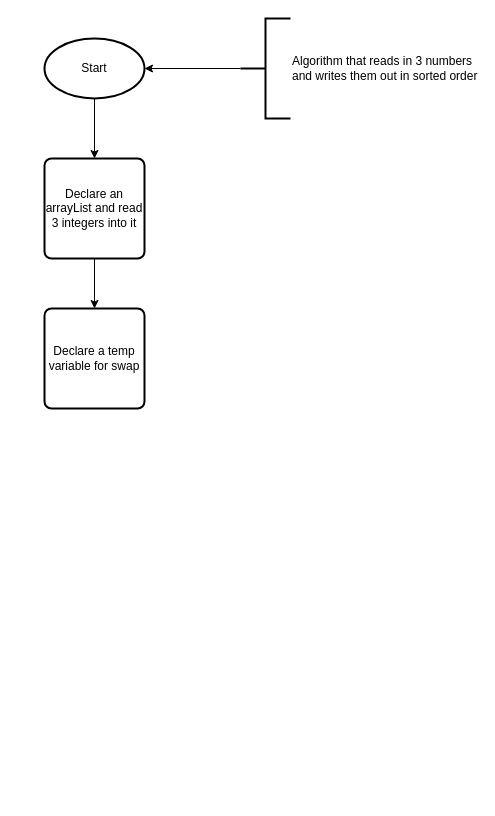
This is Sort.drawio from Hershewajue/Algorithms, a draw.io file, before an edit. Source tidied: cells renumbered, new cells numbered last; positions are measured from the earlier drawing's top-left corner, leaving out a move shared by most shapes. Both pictures are drawn from the tidied source at 100%, with x=0, y=0 at pixel (44, 18).
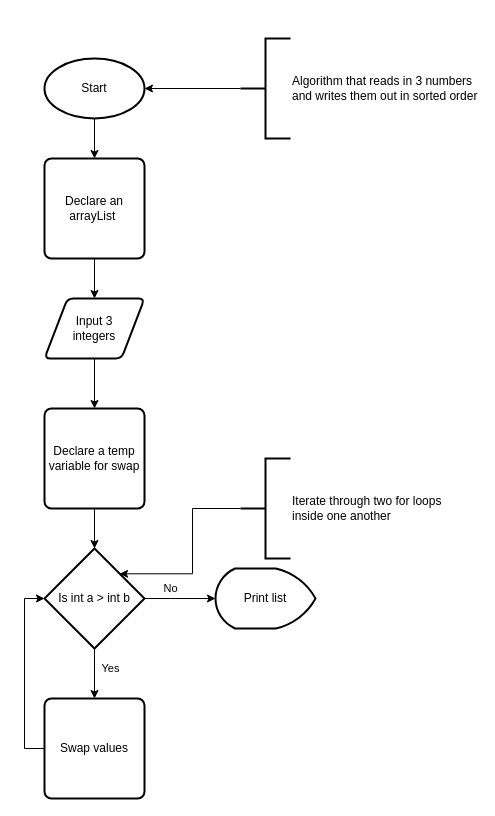
The same page after the edit.

The edit, as a diff of the source:
```diff
@@
-    <mxCell id="2" style="edgeStyle=orthogonalEdgeStyle;rounded=0;jettySize=auto;html=1;" parent="1" edge="1" source="3" target="8">
+    <mxCell id="2" style="edgeStyle=orthogonalEdgeStyle;rounded=0;jettySize=auto;html=1;entryX=0.5;entryY=0;entryDx=0;entryDy=0;" parent="1" edge="1" source="3" target="11">
       <mxGeometry relative="1" as="geometry" />
     </mxCell>
-    <mxCell id="3" value="Declare an arrayList and read 3 integers into it" style="rounded=1;whiteSpace=wrap;html=1;absoluteArcSize=1;arcSize=14;strokeWidth=2;" parent="1" vertex="1">
+    <mxCell id="3" value="Declare an arrayList&amp;nbsp;" style="rounded=1;whiteSpace=wrap;html=1;absoluteArcSize=1;arcSize=14;strokeWidth=2;" parent="1" vertex="1">
       <mxGeometry y="140" width="100" height="100" as="geometry" />
     </mxCell>
@@
     <mxCell id="5" value="Start" style="strokeWidth=2;html=1;shape=mxgraph.flowchart.start_1;whiteSpace=wrap;" parent="1" vertex="1">
-      <mxGeometry y="20" width="100" height="60" as="geometry" />
+      <mxGeometry y="40" width="100" height="60" as="geometry" />
     </mxCell>
@@
     <mxCell id="7" value="Algorithm that reads in 3 numbers &lt;br&gt;and writes them out in sorted order" style="strokeWidth=2;html=1;shape=mxgraph.flowchart.annotation_2;align=left;labelPosition=right;" parent="1" vertex="1">
-      <mxGeometry x="196" width="50" height="100" as="geometry" />
+      <mxGeometry x="196" y="20" width="50" height="100" as="geometry" />
     </mxCell>
+    <mxCell id="9" style="edgeStyle=orthogonalEdgeStyle;rounded=0;jettySize=auto;html=1;" parent="1" edge="1" source="8" target="14">
+      <mxGeometry relative="1" as="geometry" />
+    </mxCell>
     <mxCell id="8" value="Declare a temp variable for swap" style="rounded=1;whiteSpace=wrap;html=1;absoluteArcSize=1;arcSize=14;strokeWidth=2;" parent="1" vertex="1">
-      <mxGeometry y="290" width="100" height="100" as="geometry" />
+      <mxGeometry y="390" width="100" height="100" as="geometry" />
     </mxCell>
+    <mxCell id="10" style="edgeStyle=orthogonalEdgeStyle;rounded=0;jettySize=auto;html=1;" parent="1" edge="1" source="11" target="8">
+      <mxGeometry relative="1" as="geometry" />
+    </mxCell>
+    <mxCell id="11" value="Input 3 &lt;br&gt;integers" style="shape=parallelogram;html=1;strokeWidth=2;perimeter=parallelogramPerimeter;whiteSpace=wrap;rounded=1;arcSize=12;size=0.23;" parent="1" vertex="1">
+      <mxGeometry y="280" width="100" height="60" as="geometry" />
+    </mxCell>
+    <mxCell id="12" value="No" style="edgeStyle=orthogonalEdgeStyle;rounded=0;jettySize=auto;html=1;" parent="1" edge="1" source="14" target="17">
+      <mxGeometry x="-0.27" y="10" relative="1" as="geometry">
+        <Array as="points">
+          <mxPoint x="126" y="580" />
+          <mxPoint x="126" y="580" />
+        </Array>
+      </mxGeometry>
+    </mxCell>
+    <mxCell id="13" value="Yes" style="edgeStyle=orthogonalEdgeStyle;rounded=0;jettySize=auto;html=1;" parent="1" edge="1" source="14" target="19">
+      <mxGeometry x="-0.2" y="16" relative="1" as="geometry" />
+    </mxCell>
+    <mxCell id="14" value="Is int a &amp;gt; int b" style="strokeWidth=2;html=1;shape=mxgraph.flowchart.decision;whiteSpace=wrap;" parent="1" vertex="1">
+      <mxGeometry y="530" width="100" height="100" as="geometry" />
+    </mxCell>
+    <mxCell id="15" style="edgeStyle=orthogonalEdgeStyle;rounded=0;jettySize=auto;html=1;entryX=0.751;entryY=0.253;entryDx=0;entryDy=0;entryPerimeter=0;" parent="1" edge="1" source="16" target="14">
+      <mxGeometry relative="1" as="geometry" />
+    </mxCell>
+    <mxCell id="16" value="Iterate through two for loops&lt;br&gt;inside one another" style="strokeWidth=2;html=1;shape=mxgraph.flowchart.annotation_2;align=left;labelPosition=right;" parent="1" vertex="1">
+      <mxGeometry x="196" y="440" width="50" height="100" as="geometry" />
+    </mxCell>
+    <mxCell id="17" value="Print list" style="strokeWidth=2;html=1;shape=mxgraph.flowchart.display;whiteSpace=wrap;direction=west;" parent="1" vertex="1">
+      <mxGeometry x="171" y="550" width="100" height="60" as="geometry" />
+    </mxCell>
+    <mxCell id="18" style="edgeStyle=orthogonalEdgeStyle;rounded=0;jettySize=auto;html=1;entryX=0;entryY=0.5;entryDx=0;entryDy=0;entryPerimeter=0;exitX=0;exitY=0.5;exitDx=0;exitDy=0;" parent="1" edge="1" source="19" target="14">
+      <mxGeometry relative="1" as="geometry" />
+    </mxCell>
+    <mxCell id="19" value="Swap values" style="rounded=1;whiteSpace=wrap;html=1;absoluteArcSize=1;arcSize=14;strokeWidth=2;" parent="1" vertex="1">
+      <mxGeometry y="680" width="100" height="100" as="geometry" />
+    </mxCell>
```
